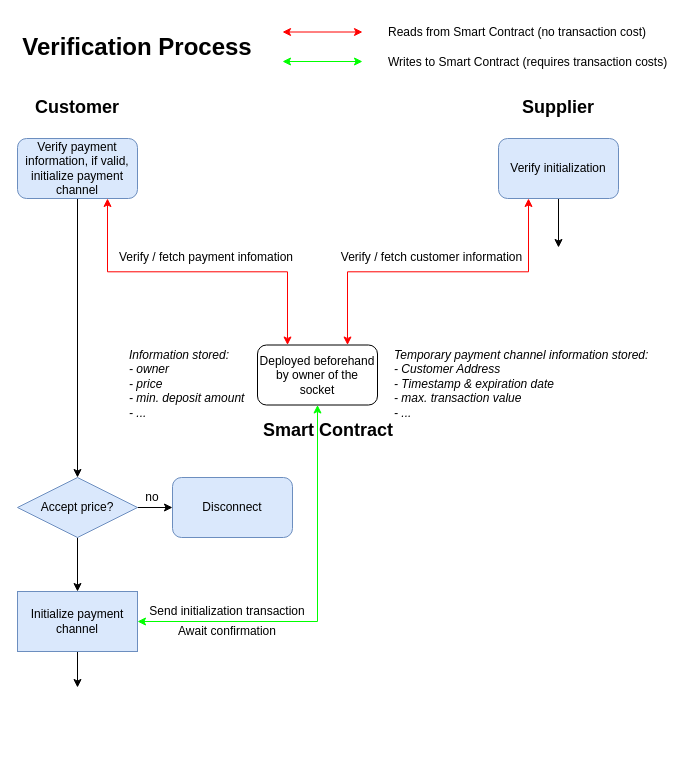
This is page "verification_process" (2 of 4) of flowcharts/Plug-Socket.drawio from gretzke/Blockchain-Based-Smart-Outlet, a draw.io file, before an edit. Source tidied: cells renumbered, new cells numbered last; positions are measured from the earlier drawing's top-left corner, leaving out a move shared by most shapes. Both pictures are drawn from the tidied source at 100%, with x=0, y=0 at pixel (17, 22).
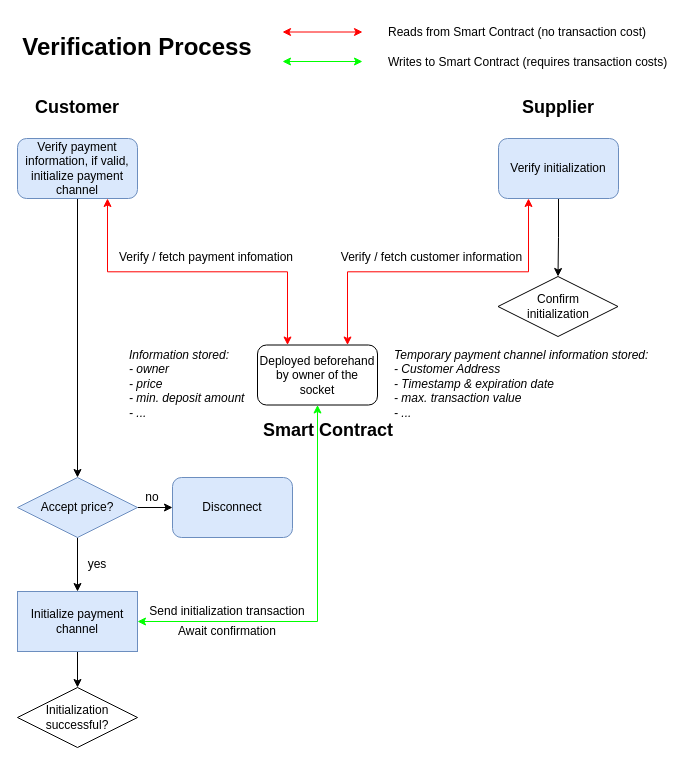
The same diagram, later.

Unchanged cells that the change refers to:
```xml
<mxCell id="10" value="Initialize payment channel" style="rounded=0;whiteSpace=wrap;html=1;fillColor=#dae8fc;strokeColor=#6c8ebf;" parent="1" vertex="1">
  <mxGeometry y="569" width="120" height="60" as="geometry" />
</mxCell>
<mxCell id="25" value="Verify initialization" style="rounded=1;whiteSpace=wrap;html=1;fillColor=#dae8fc;strokeColor=#6c8ebf;" parent="1" vertex="1">
  <mxGeometry x="481" y="116" width="120" height="60" as="geometry" />
</mxCell>
```

What changed in the source:
```diff
@@
-    <mxCell id="9" style="edgeStyle=orthogonalEdgeStyle;rounded=0;jettySize=auto;html=1;exitX=0.5;exitY=1;exitDx=0;exitDy=0;startArrow=none;startFill=0;endArrow=classic;endFill=1;strokeColor=#000000;" parent="1" edge="1" source="10">
-      <mxGeometry relative="1" as="geometry">
-        <mxPoint x="60" y="665" as="targetPoint" />
-      </mxGeometry>
+    <mxCell id="9" style="edgeStyle=orthogonalEdgeStyle;rounded=0;jettySize=auto;html=1;exitX=0.5;exitY=1;exitDx=0;exitDy=0;startArrow=none;startFill=0;endArrow=classic;endFill=1;strokeColor=#000000;entryX=0.5;entryY=0;entryDx=0;entryDy=0;" parent="1" edge="1" source="10" target="31">
+      <mxGeometry relative="1" as="geometry" />
     </mxCell>
@@
-    <mxCell id="24" style="edgeStyle=orthogonalEdgeStyle;rounded=0;jettySize=auto;html=1;exitX=0.5;exitY=1;exitDx=0;exitDy=0;startArrow=none;startFill=0;endArrow=classic;endFill=1;strokeColor=#000000;" parent="1" edge="1" source="25">
-      <mxGeometry relative="1" as="geometry">
-        <mxPoint x="541" y="225" as="targetPoint" />
-      </mxGeometry>
+    <mxCell id="24" style="edgeStyle=orthogonalEdgeStyle;rounded=0;jettySize=auto;html=1;exitX=0.5;exitY=1;exitDx=0;exitDy=0;startArrow=none;startFill=0;endArrow=classic;endFill=1;strokeColor=#000000;entryX=0.5;entryY=0;entryDx=0;entryDy=0;" parent="1" edge="1" source="25" target="32">
+      <mxGeometry relative="1" as="geometry" />
     </mxCell>
@@
+    <mxCell id="31" value="Initialization successful?&lt;br&gt;" style="rhombus;whiteSpace=wrap;html=1;" parent="1" vertex="1">
+      <mxGeometry y="665" width="120" height="60" as="geometry" />
+    </mxCell>
+    <mxCell id="32" value="Confirm&lt;br&gt;initialization" style="rhombus;whiteSpace=wrap;html=1;" parent="1" vertex="1">
+      <mxGeometry x="480.5" y="254" width="120" height="60" as="geometry" />
+    </mxCell>
+    <mxCell id="33" value="yes" style="text;html=1;strokeColor=none;fillColor=none;align=center;verticalAlign=middle;whiteSpace=wrap;rounded=0;" parent="1" vertex="1">
+      <mxGeometry x="60" y="532" width="40" height="20" as="geometry" />
+    </mxCell>
```
